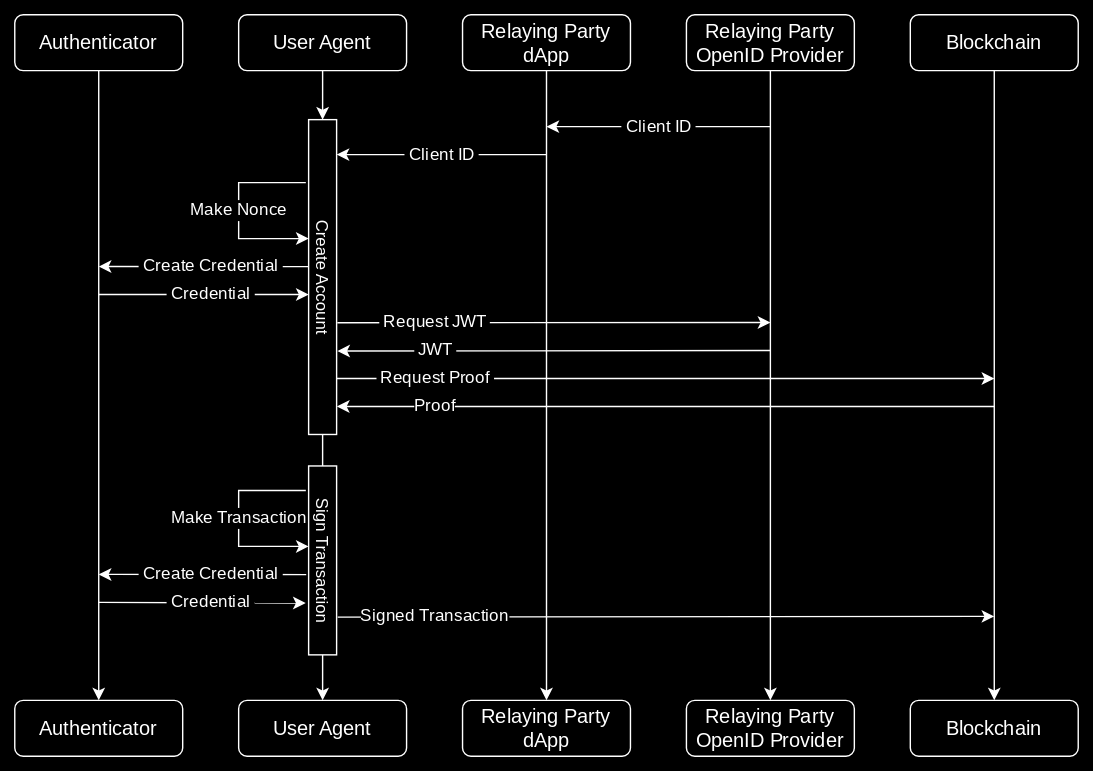
Above: public/process.svg in zktx-io/zklogin-webauthn-poc (draw.io), before the change. Source tidied: cells renumbered, new cells last; positions are measured from the earlier drawing's top-left corner, leaving out a move shared by most shapes.
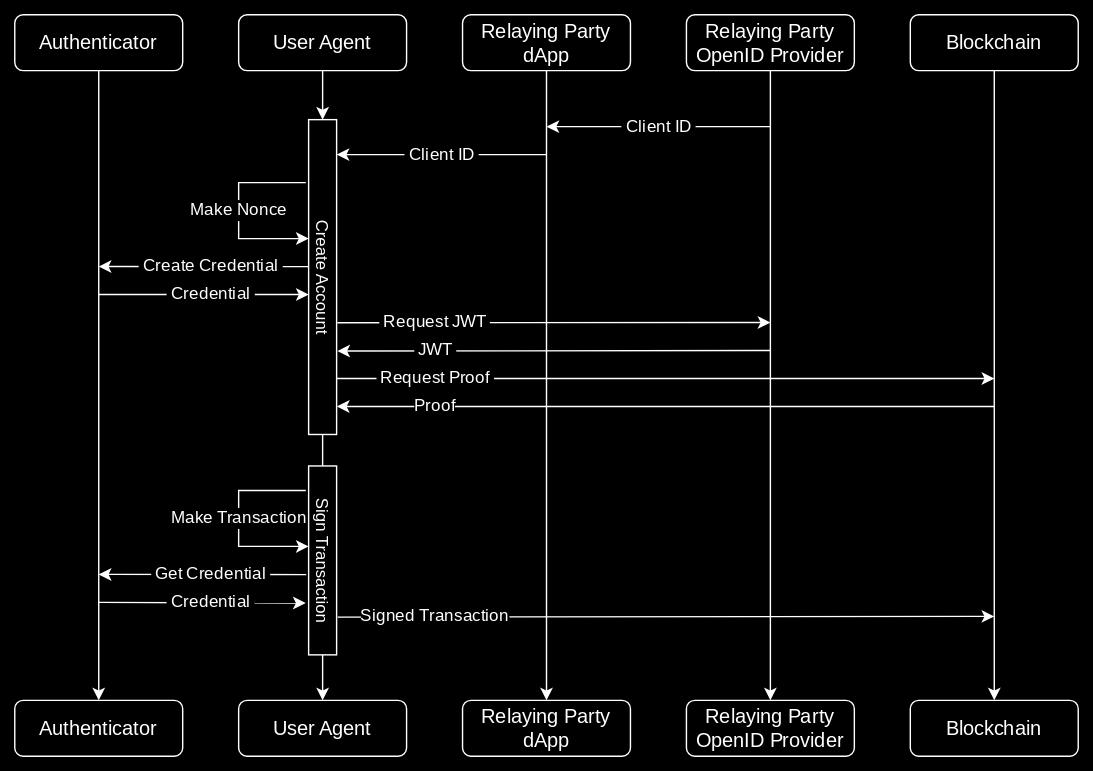
The same file after the commit.

What changed in the source:
```diff
@@ -98,7 +98,7 @@
         <mxPoint x="700" y="280" as="sourcePoint" />
       </mxGeometry>
     </mxCell>
-    <mxCell id="26" value="&lt;div&gt;&amp;nbsp;Create Credential&amp;nbsp;&lt;br&gt;&lt;/div&gt;" style="endArrow=classic;html=1;rounded=0;fontFamily=Roboto;fontSource=https%3A%2F%2Ffonts.googleapis.com%2Fcss%3Ffamily%3DRoboto;fontSize=12;exitX=0.575;exitY=1.086;exitDx=0;exitDy=0;exitPerimeter=0;" parent="1" edge="1" source="31">
+    <mxCell id="26" value="&lt;div&gt;&amp;nbsp;Get Credential&amp;nbsp;&lt;br&gt;&lt;/div&gt;" style="endArrow=classic;html=1;rounded=0;fontFamily=Roboto;fontSource=https%3A%2F%2Ffonts.googleapis.com%2Fcss%3Ffamily%3DRoboto;fontSize=12;exitX=0.575;exitY=1.086;exitDx=0;exitDy=0;exitPerimeter=0;" parent="1" edge="1" source="31">
       <mxGeometry x="-0.08" relative="1" as="geometry">
         <mxPoint x="60" y="400" as="targetPoint" />
       </mxGeometry>
```
